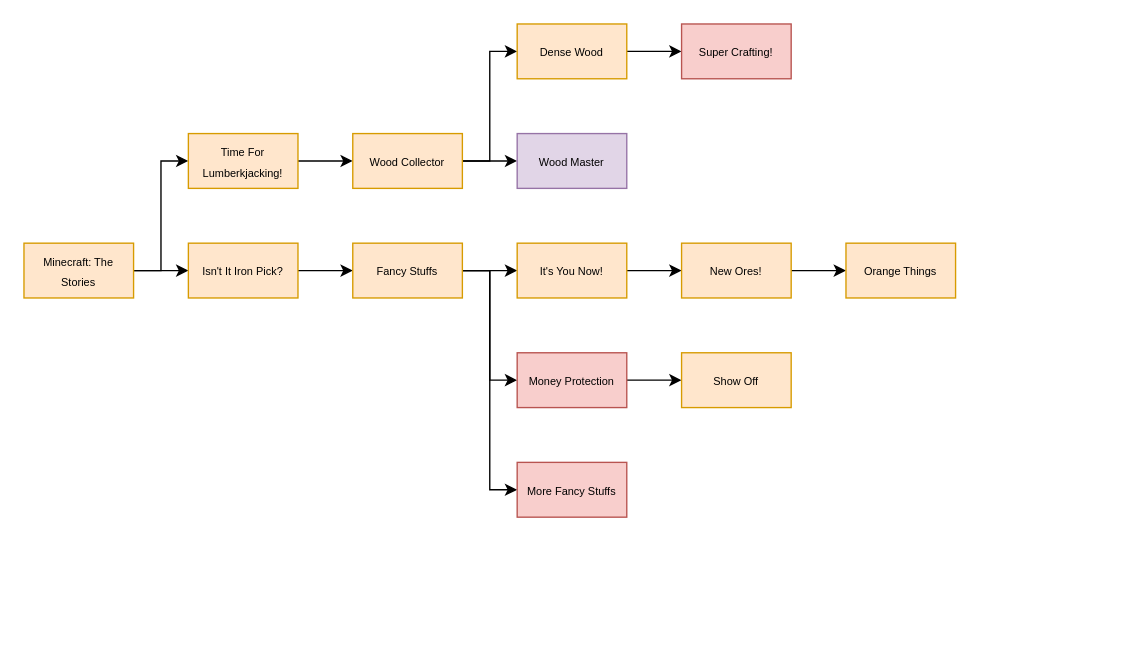
MrGodDavid/fabric-minecraft-the-stories-mod-26.2 keeps this draw.io diagram as .github/MTS Advancement.drawio. Above is the earlier version. Source tidied: cells renumbered, new cells numbered last; positions are measured from the earlier drawing's top-left corner, leaving out a move shared by most shapes. Both pictures are drawn from the tidied source at 137%, with x=0, y=0 at pixel (23, 23).
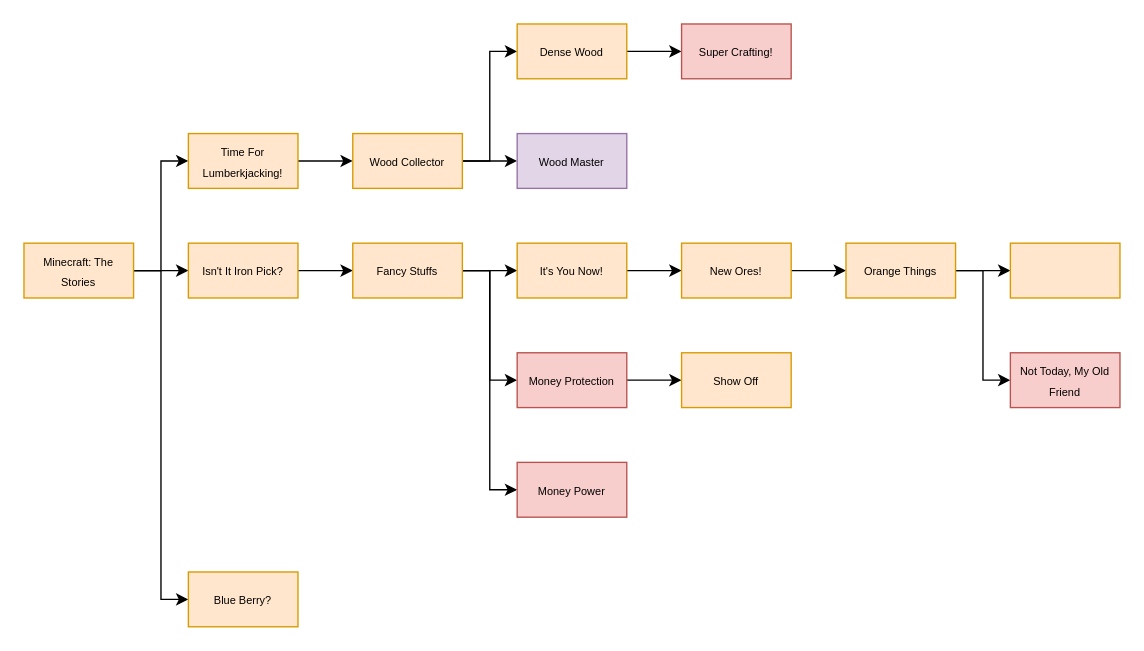
The same diagram, later.

Unchanged cells that the change refers to:
```xml
<mxCell id="4" value="&lt;font style=&quot;font-size: 8px;&quot;&gt;Minecraft: The Stories&lt;/font&gt;" style="rounded=0;whiteSpace=wrap;html=1;fillColor=#ffe6cc;strokeColor=#d79b00;" parent="1" vertex="1">
  <mxGeometry y="160" width="80" height="40" as="geometry" />
</mxCell>
<mxCell id="18" value="&lt;font style=&quot;font-size: 8px;&quot;&gt;Orange Things&lt;/font&gt;" style="rounded=0;whiteSpace=wrap;html=1;fillColor=#ffe6cc;strokeColor=#d79b00;" parent="1" vertex="1">
  <mxGeometry x="600" y="160" width="80" height="40" as="geometry" />
</mxCell>
```

What changed in the source:
```diff
@@
+    <mxCell id="29" style="edgeStyle=orthogonalEdgeStyle;rounded=0;jettySize=auto;html=1;exitX=1;exitY=0.5;exitDx=0;exitDy=0;entryX=0;entryY=0.5;entryDx=0;entryDy=0;" parent="1" edge="1" source="4" target="34">
+      <mxGeometry relative="1" as="geometry" />
+    </mxCell>
@@
-    <mxCell id="11" value="&lt;font style=&quot;font-size: 8px;&quot;&gt;More Fancy Stuffs&lt;/font&gt;" style="rounded=0;whiteSpace=wrap;html=1;fillColor=#f8cecc;strokeColor=#b85450;" parent="1" vertex="1">
+    <mxCell id="11" value="&lt;font style=&quot;font-size: 8px;&quot;&gt;Money Power&lt;/font&gt;" style="rounded=0;whiteSpace=wrap;html=1;fillColor=#f8cecc;strokeColor=#b85450;" parent="1" vertex="1">
       <mxGeometry x="360" y="320" width="80" height="40" as="geometry" />
     </mxCell>
@@
+    <mxCell id="30" style="edgeStyle=orthogonalEdgeStyle;rounded=0;jettySize=auto;html=1;exitX=1;exitY=0.5;exitDx=0;exitDy=0;entryX=0;entryY=0.5;entryDx=0;entryDy=0;" parent="1" edge="1" source="18" target="32">
+      <mxGeometry relative="1" as="geometry" />
+    </mxCell>
+    <mxCell id="31" style="edgeStyle=orthogonalEdgeStyle;rounded=0;jettySize=auto;html=1;exitX=1;exitY=0.5;exitDx=0;exitDy=0;entryX=0;entryY=0.5;entryDx=0;entryDy=0;" parent="1" edge="1" source="18" target="33">
+      <mxGeometry relative="1" as="geometry" />
+    </mxCell>
@@
+    <mxCell id="32" value="&lt;font style=&quot;font-size: 8px;&quot;&gt;Not Today, My Old Friend&lt;/font&gt;" style="rounded=0;whiteSpace=wrap;html=1;fillColor=#f8cecc;strokeColor=#b85450;" parent="1" vertex="1">
+      <mxGeometry x="720" y="240" width="80" height="40" as="geometry" />
+    </mxCell>
+    <mxCell id="33" style="rounded=0;whiteSpace=wrap;html=1;fillColor=#ffe6cc;strokeColor=#d79b00;" parent="1" vertex="1">
+      <mxGeometry x="720" y="160" width="80" height="40" as="geometry" />
+    </mxCell>
+    <mxCell id="34" value="&lt;font style=&quot;font-size: 8px;&quot;&gt;Blue Berry?&lt;/font&gt;" style="rounded=0;whiteSpace=wrap;html=1;fillColor=#ffe6cc;strokeColor=#d79b00;" parent="1" vertex="1">
+      <mxGeometry x="120" y="400" width="80" height="40" as="geometry" />
+    </mxCell>
```
